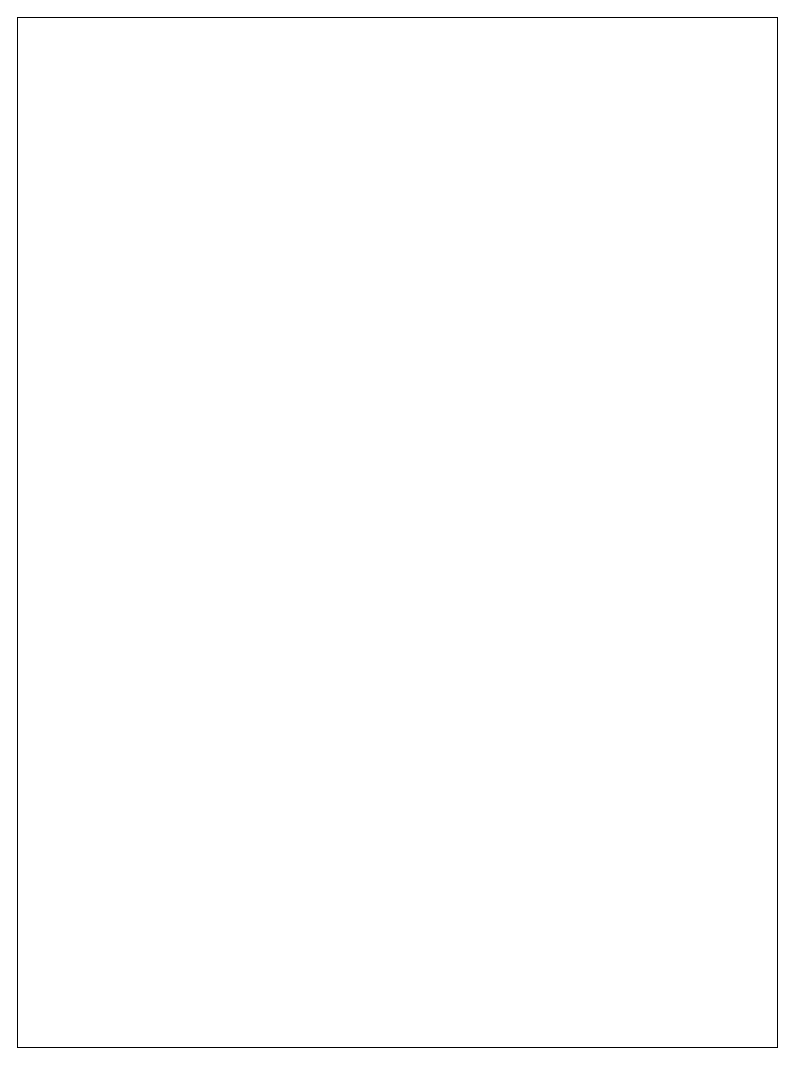
Before: home-screen.drawio in rick89/digital-wardrobe, a draw.io diagram. Source tidied: cells renumbered, new cells numbered last; positions are measured from the earlier drawing's top-left corner, leaving out a move shared by most shapes. Both pictures are drawn from the tidied source at 100%, with x=0, y=0 at pixel (17, 17).
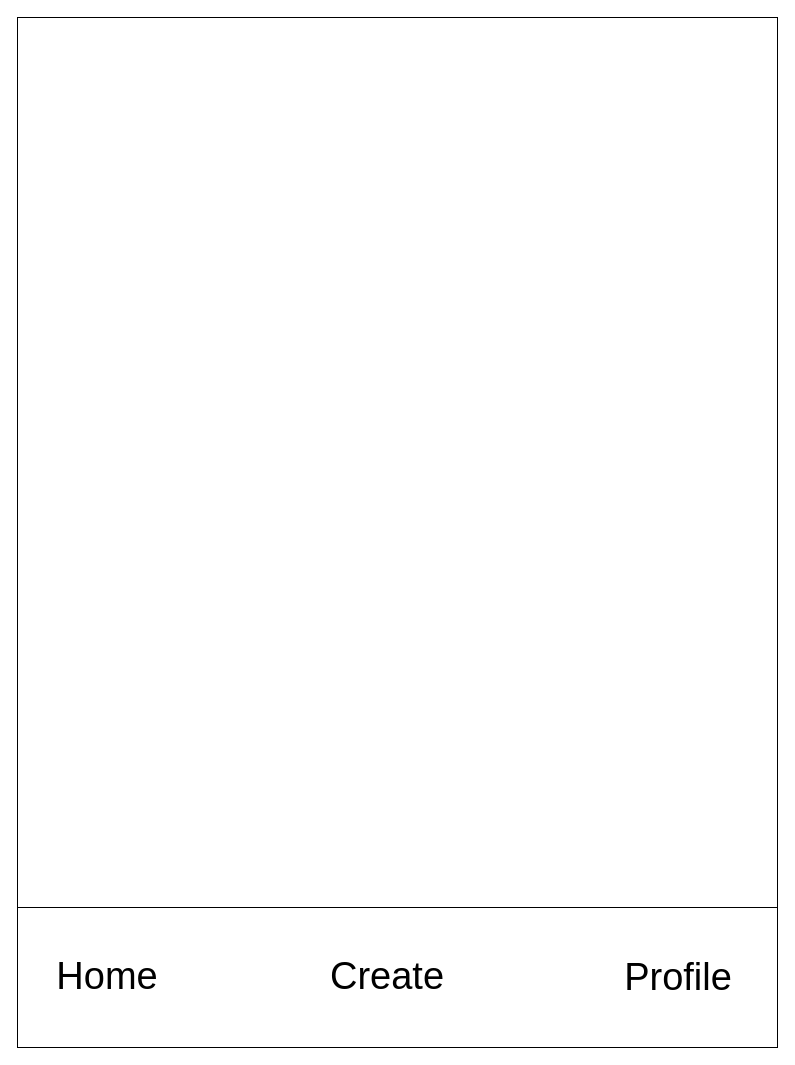
Above is the later version.

Diff of the diagram source:
```diff
@@
 <mxGraphModel>
   <root>
     <mxCell id="0" />
     <mxCell id="1" parent="0" />
     <mxCell id="2" style="whiteSpace=wrap;html=1;" parent="1" vertex="1">
       <mxGeometry width="760" height="1030" as="geometry" />
     </mxCell>
+    <mxCell id="3" style="rounded=0;whiteSpace=wrap;html=1;" parent="1" vertex="1">
+      <mxGeometry y="890" width="760" height="140" as="geometry" />
+    </mxCell>
+    <mxCell id="4" value="&lt;font style=&quot;font-size: 38px;&quot;&gt;Home&lt;/font&gt;" style="text;html=1;strokeColor=none;fillColor=none;align=center;verticalAlign=middle;whiteSpace=wrap;rounded=0;" parent="1" vertex="1">
+      <mxGeometry x="60" y="944" width="60" height="30" as="geometry" />
+    </mxCell>
+    <mxCell id="5" value="&lt;font style=&quot;font-size: 38px;&quot;&gt;Create&lt;/font&gt;" style="text;html=1;strokeColor=none;fillColor=none;align=center;verticalAlign=middle;whiteSpace=wrap;rounded=0;" parent="1" vertex="1">
+      <mxGeometry x="340" y="944" width="60" height="30" as="geometry" />
+    </mxCell>
+    <mxCell id="6" value="&lt;font style=&quot;font-size: 38px;&quot;&gt;Profile&lt;/font&gt;" style="text;html=1;strokeColor=none;fillColor=none;align=center;verticalAlign=middle;whiteSpace=wrap;rounded=0;" parent="1" vertex="1">
+      <mxGeometry x="631" y="945" width="60" height="30" as="geometry" />
+    </mxCell>
   </root>
 </mxGraphModel>
```
